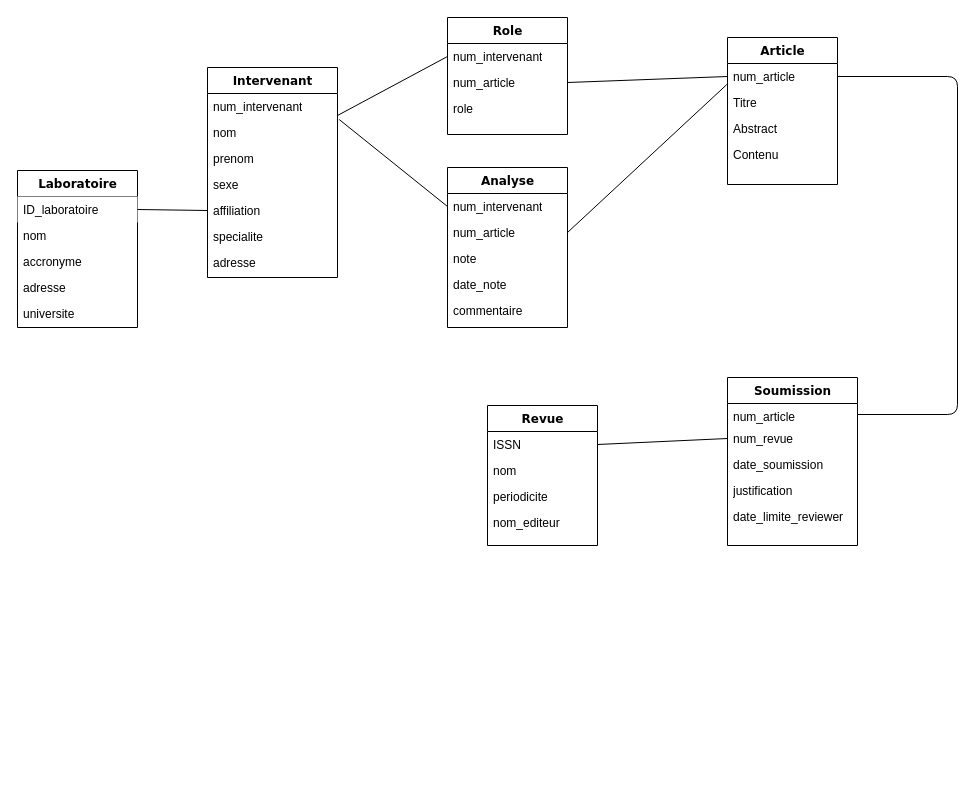
Above: data/Untitled Diagram.drawio in Nabie/tidy-text-mining (draw.io), before the change. Source tidied: cells renumbered, new cells numbered last; positions are measured from the earlier drawing's top-left corner, leaving out a move shared by most shapes. Both pictures are drawn from the tidied source at 100%, with x=0, y=0 at pixel (17, 17).
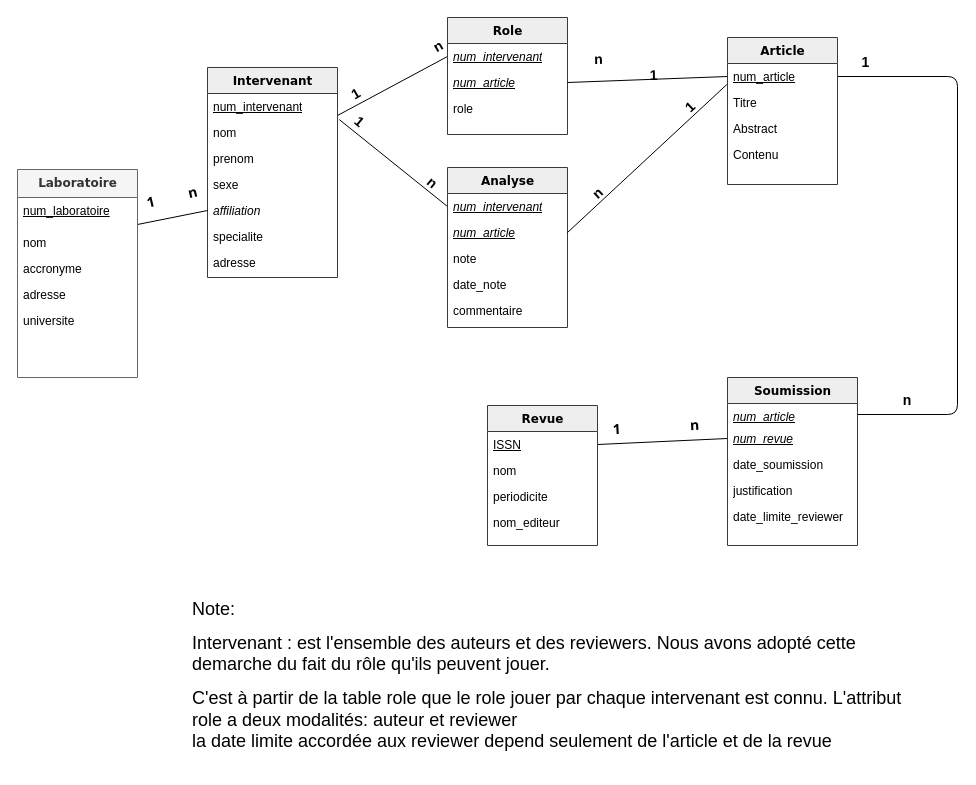
The same page after the edit.

What changed in the source:
```diff
@@
-<mxGraphModel background="#ffffff">
+<mxGraphModel>
@@
-    <mxCell id="3" value="Laboratoire" style="swimlane;html=1;fontStyle=1;align=center;verticalAlign=top;horizontal=1;startSize=26;swimlaneFillColor=#ffffff;rounded=0;shadow=0;comic=0;labelBackgroundColor=none;strokeWidth=1;fillColor=none;fontFamily=Verdana;fontSize=12;" parent="1" vertex="1">
-      <mxGeometry y="153" width="120" height="157" as="geometry" />
-    </mxCell>
-    <mxCell id="4" value="ID_laboratoire" style="text;html=1;strokeColor=none;align=left;verticalAlign=top;spacingLeft=4;spacingRight=4;whiteSpace=wrap;overflow=hidden;points=[[0,0.5],[1,0.5]];portConstraint=eastwest;fillColor=#ffffff;" parent="3" vertex="1">
-      <mxGeometry y="26" width="120" height="26" as="geometry" />
-    </mxCell>
-    <mxCell id="5" value="nom" style="text;html=1;strokeColor=none;fillColor=none;align=left;verticalAlign=top;spacingLeft=4;spacingRight=4;whiteSpace=wrap;overflow=hidden;" parent="3" vertex="1">
-      <mxGeometry y="52" width="120" height="26" as="geometry" />
-    </mxCell>
-    <mxCell id="6" value="accronyme" style="text;html=1;strokeColor=none;fillColor=none;align=left;verticalAlign=top;spacingLeft=4;spacingRight=4;whiteSpace=wrap;overflow=hidden;" parent="3" vertex="1">
-      <mxGeometry y="78" width="120" height="26" as="geometry" />
-    </mxCell>
-    <mxCell id="7" value="adresse" style="text;html=1;strokeColor=none;fillColor=none;align=left;verticalAlign=top;spacingLeft=4;spacingRight=4;whiteSpace=wrap;overflow=hidden;" parent="3" vertex="1">
-      <mxGeometry y="104" width="120" height="26" as="geometry" />
-    </mxCell>
-    <mxCell id="8" value="universite" style="text;html=1;strokeColor=none;fillColor=none;align=left;verticalAlign=top;spacingLeft=4;spacingRight=4;whiteSpace=wrap;overflow=hidden;" parent="3" vertex="1">
-      <mxGeometry y="130" width="120" height="26" as="geometry" />
-    </mxCell>
@@
-    <mxCell id="10" value="Intervenant" style="swimlane;html=1;fontStyle=1;align=center;verticalAlign=top;horizontal=1;startSize=26;swimlaneFillColor=#ffffff;rounded=0;shadow=0;comic=0;labelBackgroundColor=none;strokeWidth=1;fillColor=none;fontFamily=Verdana;fontSize=12;" parent="1" vertex="1">
+    <mxCell id="10" value="Intervenant" style="swimlane;html=1;fontStyle=1;align=center;verticalAlign=top;horizontal=1;startSize=26;swimlaneFillColor=#ffffff;rounded=0;shadow=0;comic=0;labelBackgroundColor=none;strokeWidth=1;fillColor=#eeeeee;fontFamily=Verdana;fontSize=12;strokeColor=#36393d;" parent="1" vertex="1">
       <mxGeometry x="190" y="50" width="130" height="210" as="geometry" />
     </mxCell>
-    <mxCell id="11" value="num_intervenant" style="text;html=1;strokeColor=none;fillColor=none;align=left;verticalAlign=top;spacingLeft=4;spacingRight=4;whiteSpace=wrap;overflow=hidden;points=[[0,0.5],[1,0.5]];portConstraint=eastwest;" parent="10" vertex="1">
+    <mxCell id="11" value="num_intervenant" style="text;html=1;align=left;verticalAlign=top;spacingLeft=4;spacingRight=4;whiteSpace=wrap;overflow=hidden;points=[[0,0.5],[1,0.5]];portConstraint=eastwest;fontStyle=4;" parent="10" vertex="1">
       <mxGeometry y="26" width="130" height="26" as="geometry" />
     </mxCell>
@@
-    <mxCell id="15" value="affiliation" style="text;html=1;strokeColor=none;fillColor=none;align=left;verticalAlign=top;spacingLeft=4;spacingRight=4;whiteSpace=wrap;overflow=hidden;points=[[0,0.5],[1,0.5]];portConstraint=eastwest;" parent="10" vertex="1">
+    <mxCell id="15" value="affiliation" style="text;html=1;strokeColor=none;fillColor=none;align=left;verticalAlign=top;spacingLeft=4;spacingRight=4;whiteSpace=wrap;overflow=hidden;points=[[0,0.5],[1,0.5]];portConstraint=eastwest;fontStyle=2;" parent="10" vertex="1">
       <mxGeometry y="130" width="130" height="26" as="geometry" />
     </mxCell>
@@
-    <mxCell id="18" value="Role" style="swimlane;html=1;fontStyle=1;align=center;verticalAlign=top;horizontal=1;startSize=26;swimlaneFillColor=#ffffff;rounded=0;shadow=0;comic=0;labelBackgroundColor=none;strokeWidth=1;fillColor=none;fontFamily=Verdana;fontSize=12;" parent="1" vertex="1">
+    <mxCell id="18" value="Role" style="swimlane;html=1;fontStyle=1;align=center;verticalAlign=top;horizontal=1;startSize=26;swimlaneFillColor=#ffffff;rounded=0;shadow=0;comic=0;labelBackgroundColor=none;strokeWidth=1;fillColor=#eeeeee;fontFamily=Verdana;fontSize=12;strokeColor=#36393d;" parent="1" vertex="1">
       <mxGeometry x="430" width="120" height="117" as="geometry" />
     </mxCell>
-    <mxCell id="19" value="num_intervenant" style="text;html=1;strokeColor=none;fillColor=none;align=left;verticalAlign=top;spacingLeft=4;spacingRight=4;whiteSpace=wrap;overflow=hidden;points=[[0,0.5],[1,0.5]];portConstraint=eastwest;" parent="18" vertex="1">
+    <mxCell id="19" value="num_intervenant" style="text;html=1;strokeColor=none;fillColor=none;align=left;verticalAlign=top;spacingLeft=4;spacingRight=4;whiteSpace=wrap;overflow=hidden;points=[[0,0.5],[1,0.5]];portConstraint=eastwest;fontStyle=6;" parent="18" vertex="1">
       <mxGeometry y="26" width="120" height="26" as="geometry" />
     </mxCell>
-    <mxCell id="20" value="num_article" style="text;html=1;strokeColor=none;fillColor=none;align=left;verticalAlign=top;spacingLeft=4;spacingRight=4;whiteSpace=wrap;overflow=hidden;points=[[0,0.5],[1,0.5]];portConstraint=eastwest;" parent="18" vertex="1">
+    <mxCell id="20" value="num_article" style="text;html=1;strokeColor=none;fillColor=none;align=left;verticalAlign=top;spacingLeft=4;spacingRight=4;whiteSpace=wrap;overflow=hidden;points=[[0,0.5],[1,0.5]];portConstraint=eastwest;fontStyle=6;" parent="18" vertex="1">
       <mxGeometry y="52" width="120" height="26" as="geometry" />
     </mxCell>
@@
-    <mxCell id="23" value="Analyse" style="swimlane;html=1;fontStyle=1;align=center;verticalAlign=top;horizontal=1;startSize=26;swimlaneFillColor=#ffffff;rounded=0;shadow=0;comic=0;labelBackgroundColor=none;strokeWidth=1;fillColor=none;fontFamily=Verdana;fontSize=12;" parent="1" vertex="1">
+    <mxCell id="23" value="Analyse" style="swimlane;html=1;fontStyle=1;align=center;verticalAlign=top;horizontal=1;startSize=26;swimlaneFillColor=#ffffff;rounded=0;shadow=0;comic=0;labelBackgroundColor=none;strokeWidth=1;fillColor=#eeeeee;fontFamily=Verdana;fontSize=12;strokeColor=#36393d;" parent="1" vertex="1">
       <mxGeometry x="430" y="150" width="120" height="160" as="geometry" />
     </mxCell>
-    <mxCell id="24" value="num_intervenant" style="text;html=1;strokeColor=none;fillColor=none;align=left;verticalAlign=top;spacingLeft=4;spacingRight=4;whiteSpace=wrap;overflow=hidden;points=[[0,0.5],[1,0.5]];portConstraint=eastwest;" parent="23" vertex="1">
+    <mxCell id="24" value="num_intervenant" style="text;html=1;strokeColor=none;fillColor=none;align=left;verticalAlign=top;spacingLeft=4;spacingRight=4;whiteSpace=wrap;overflow=hidden;points=[[0,0.5],[1,0.5]];portConstraint=eastwest;fontStyle=6;" parent="23" vertex="1">
       <mxGeometry y="26" width="120" height="26" as="geometry" />
     </mxCell>
-    <mxCell id="25" value="num_article" style="text;html=1;strokeColor=none;fillColor=none;align=left;verticalAlign=top;spacingLeft=4;spacingRight=4;whiteSpace=wrap;overflow=hidden;points=[[0,0.5],[1,0.5]];portConstraint=eastwest;" parent="23" vertex="1">
+    <mxCell id="25" value="num_article" style="text;html=1;strokeColor=none;fillColor=none;align=left;verticalAlign=top;spacingLeft=4;spacingRight=4;whiteSpace=wrap;overflow=hidden;points=[[0,0.5],[1,0.5]];portConstraint=eastwest;fontStyle=6;" parent="23" vertex="1">
       <mxGeometry y="52" width="120" height="26" as="geometry" />
     </mxCell>
@@
-    <mxCell id="29" value="Revue" style="swimlane;html=1;fontStyle=1;align=center;verticalAlign=top;horizontal=1;startSize=26;swimlaneFillColor=#ffffff;rounded=0;shadow=0;comic=0;labelBackgroundColor=none;strokeWidth=1;fillColor=none;fontFamily=Verdana;fontSize=12;" parent="1" vertex="1">
+    <mxCell id="29" value="Revue" style="swimlane;html=1;fontStyle=1;align=center;verticalAlign=top;horizontal=1;startSize=26;swimlaneFillColor=#ffffff;rounded=0;shadow=0;comic=0;labelBackgroundColor=none;strokeWidth=1;fillColor=#eeeeee;fontFamily=Verdana;fontSize=12;strokeColor=#36393d;" parent="1" vertex="1">
       <mxGeometry x="470" y="388" width="110" height="140" as="geometry" />
     </mxCell>
-    <mxCell id="30" value="ISSN" style="text;html=1;strokeColor=none;fillColor=none;align=left;verticalAlign=top;spacingLeft=4;spacingRight=4;whiteSpace=wrap;overflow=hidden;points=[[0,0.5],[1,0.5]];portConstraint=eastwest;" parent="29" vertex="1">
+    <mxCell id="30" value="ISSN" style="text;html=1;strokeColor=none;fillColor=none;align=left;verticalAlign=top;spacingLeft=4;spacingRight=4;whiteSpace=wrap;overflow=hidden;points=[[0,0.5],[1,0.5]];portConstraint=eastwest;fontStyle=4;" parent="29" vertex="1">
       <mxGeometry y="26" width="110" height="26" as="geometry" />
     </mxCell>
@@
-    <mxCell id="35" value="Soumission" style="swimlane;html=1;fontStyle=1;align=center;verticalAlign=top;horizontal=1;startSize=26;swimlaneFillColor=#ffffff;rounded=0;shadow=0;comic=0;labelBackgroundColor=none;strokeWidth=1;fillColor=none;fontFamily=Verdana;fontSize=12;" parent="1" vertex="1">
+    <mxCell id="35" value="Soumission" style="swimlane;html=1;fontStyle=1;align=center;verticalAlign=top;horizontal=1;startSize=26;swimlaneFillColor=#ffffff;rounded=0;shadow=0;comic=0;labelBackgroundColor=none;strokeWidth=1;fillColor=#eeeeee;fontFamily=Verdana;fontSize=12;strokeColor=#36393d;" parent="1" vertex="1">
       <mxGeometry x="710" y="360" width="130" height="168" as="geometry" />
     </mxCell>
-    <mxCell id="36" value="num_article" style="text;html=1;strokeColor=none;fillColor=none;align=left;verticalAlign=top;spacingLeft=4;spacingRight=4;whiteSpace=wrap;overflow=hidden;points=[[0,0.5],[1,0.5]];portConstraint=eastwest;" parent="35" vertex="1">
+    <mxCell id="36" value="num_article" style="text;html=1;strokeColor=none;fillColor=none;align=left;verticalAlign=top;spacingLeft=4;spacingRight=4;whiteSpace=wrap;overflow=hidden;points=[[0,0.5],[1,0.5]];portConstraint=eastwest;fontStyle=6;" parent="35" vertex="1">
       <mxGeometry y="26" width="130" height="22" as="geometry" />
     </mxCell>
-    <mxCell id="37" value="num_revue" style="text;html=1;strokeColor=none;fillColor=none;align=left;verticalAlign=top;spacingLeft=4;spacingRight=4;whiteSpace=wrap;overflow=hidden;points=[[0,0.5],[1,0.5]];portConstraint=eastwest;" parent="35" vertex="1">
+    <mxCell id="37" value="num_revue" style="text;html=1;strokeColor=none;fillColor=none;align=left;verticalAlign=top;spacingLeft=4;spacingRight=4;whiteSpace=wrap;overflow=hidden;points=[[0,0.5],[1,0.5]];portConstraint=eastwest;fontStyle=6;" parent="35" vertex="1">
       <mxGeometry y="48" width="130" height="26" as="geometry" />
     </mxCell>
@@
-    <mxCell id="42" value="Article" style="swimlane;html=1;fontStyle=1;align=center;verticalAlign=top;horizontal=1;startSize=26;swimlaneFillColor=#ffffff;rounded=0;shadow=0;comic=0;labelBackgroundColor=none;strokeWidth=1;fillColor=none;fontFamily=Verdana;fontSize=12;" parent="1" vertex="1">
+    <mxCell id="42" value="Article" style="swimlane;html=1;fontStyle=1;align=center;verticalAlign=top;horizontal=1;startSize=26;swimlaneFillColor=#ffffff;rounded=0;shadow=0;comic=0;labelBackgroundColor=none;strokeWidth=1;fillColor=#eeeeee;fontFamily=Verdana;fontSize=12;strokeColor=#36393d;" parent="1" vertex="1">
       <mxGeometry x="710" y="20" width="110" height="147" as="geometry" />
     </mxCell>
-    <mxCell id="43" value="num_article" style="text;html=1;strokeColor=none;fillColor=none;align=left;verticalAlign=top;spacingLeft=4;spacingRight=4;whiteSpace=wrap;overflow=hidden;points=[[0,0.5],[1,0.5]];portConstraint=eastwest;" parent="42" vertex="1">
+    <mxCell id="43" value="num_article" style="text;html=1;strokeColor=none;fillColor=none;align=left;verticalAlign=top;spacingLeft=4;spacingRight=4;whiteSpace=wrap;overflow=hidden;points=[[0,0.5],[1,0.5]];portConstraint=eastwest;fontStyle=4;" parent="42" vertex="1">
       <mxGeometry y="26" width="110" height="26" as="geometry" />
     </mxCell>
@@
-    <mxCell id="47" style="endArrow=none;html=1;entryX=0;entryY=0.5;entryDx=0;entryDy=0;exitX=1;exitY=0.5;exitDx=0;exitDy=0;" parent="1" edge="1" source="4" target="15">
-      <mxGeometry relative="1" as="geometry" />
+    <mxCell id="47" style="endArrow=none;html=1;entryX=0;entryY=0.5;entryDx=0;entryDy=0;exitX=1;exitY=-0.038;exitDx=0;exitDy=0;exitPerimeter=0;" parent="1" edge="1" target="15">
+      <mxGeometry relative="1" as="geometry">
+        <mxPoint x="120" y="207" as="sourcePoint" />
+      </mxGeometry>
     </mxCell>
@@
+    <mxCell id="49" value="&lt;font style=&quot;font-size: 14px&quot;&gt;&lt;b&gt;1&lt;/b&gt;&lt;/font&gt;&amp;nbsp; &amp;nbsp; &amp;nbsp; &amp;nbsp; &amp;nbsp; &amp;nbsp; &amp;nbsp; &amp;nbsp; &amp;nbsp; &amp;nbsp; &amp;nbsp; &amp;nbsp; &amp;nbsp; &lt;b&gt;&lt;font style=&quot;font-size: 14px&quot;&gt;n&lt;/font&gt;&lt;/b&gt;" style="text;html=1;strokeColor=none;fillColor=none;align=center;verticalAlign=middle;whiteSpace=wrap;rounded=0;rotation=-30;" parent="1" vertex="1">
+      <mxGeometry x="320.5" y="48" width="118" height="10" as="geometry" />
+    </mxCell>
+    <mxCell id="50" value="&lt;font style=&quot;font-size: 14px&quot;&gt;&lt;b&gt;1&lt;/b&gt;&lt;/font&gt;&amp;nbsp; &amp;nbsp; &amp;nbsp; &amp;nbsp; &amp;nbsp; &amp;nbsp; &amp;nbsp; &amp;nbsp; &amp;nbsp; &amp;nbsp; &amp;nbsp; &amp;nbsp; &amp;nbsp; &lt;b&gt;&lt;font style=&quot;font-size: 14px&quot;&gt;n&lt;/font&gt;&lt;/b&gt;" style="text;html=1;strokeColor=none;fillColor=none;align=center;verticalAlign=middle;whiteSpace=wrap;rounded=0;rotation=40;" parent="1" vertex="1">
+      <mxGeometry x="320" y="130" width="118" height="10" as="geometry" />
+    </mxCell>
+    <mxCell id="51" value="&lt;font style=&quot;font-size: 14px&quot;&gt;&lt;b&gt;1&lt;/b&gt;&lt;/font&gt;&amp;nbsp; &amp;nbsp; &amp;nbsp; &amp;nbsp; &amp;nbsp; &amp;nbsp;&lt;b&gt;&lt;font style=&quot;font-size: 14px&quot;&gt;n&lt;/font&gt;&lt;/b&gt;" style="text;html=1;strokeColor=none;fillColor=none;align=center;verticalAlign=middle;whiteSpace=wrap;rounded=0;rotation=347;fontFamily=Tahoma;" parent="1" vertex="1">
+      <mxGeometry x="120" y="170" width="70" height="20" as="geometry" />
+    </mxCell>
+    <mxCell id="52" value="&lt;span style=&quot;font-size: 14px&quot;&gt;&lt;b&gt;n&lt;/b&gt;&lt;/span&gt;&amp;nbsp; &amp;nbsp; &amp;nbsp; &amp;nbsp; &amp;nbsp; &amp;nbsp; &amp;nbsp; &amp;nbsp; &amp;nbsp; &amp;nbsp; &amp;nbsp; &amp;nbsp; &amp;nbsp; &amp;nbsp; &amp;nbsp; &amp;nbsp; &amp;nbsp; &lt;span style=&quot;font-size: 14px&quot;&gt;&lt;b&gt;1&lt;/b&gt;&lt;/span&gt;" style="text;html=1;strokeColor=none;fillColor=none;align=center;verticalAlign=middle;whiteSpace=wrap;rounded=0;rotation=359;" parent="1" vertex="1">
+      <mxGeometry x="575.3" y="40" width="122.6" height="17" as="geometry" />
+    </mxCell>
+    <mxCell id="53" value="&lt;span style=&quot;font-size: 14px&quot;&gt;&lt;b&gt;n&amp;nbsp; &amp;nbsp;&lt;/b&gt;&lt;/span&gt;&amp;nbsp; &amp;nbsp; &amp;nbsp; &amp;nbsp; &amp;nbsp; &amp;nbsp; &amp;nbsp; &amp;nbsp; &amp;nbsp; &amp;nbsp; &amp;nbsp; &amp;nbsp; &amp;nbsp; &amp;nbsp; &amp;nbsp; &amp;nbsp; &lt;span style=&quot;font-size: 14px&quot;&gt;&lt;b&gt;1&lt;/b&gt;&lt;/span&gt;" style="text;html=1;strokeColor=none;fillColor=none;align=center;verticalAlign=middle;whiteSpace=wrap;rounded=0;rotation=317;" parent="1" vertex="1">
+      <mxGeometry x="530" y="125.9" width="192.6" height="14.1" as="geometry" />
+    </mxCell>
+    <mxCell id="54" value="&lt;font style=&quot;font-size: 14px&quot;&gt;&lt;b&gt;1&lt;/b&gt;&lt;/font&gt;&amp;nbsp;" style="text;html=1;strokeColor=none;fillColor=none;align=center;verticalAlign=middle;whiteSpace=wrap;rounded=0;rotation=0;" parent="1" vertex="1">
+      <mxGeometry x="820" y="40" width="60" height="10" as="geometry" />
+    </mxCell>
+    <mxCell id="55" value="&lt;font style=&quot;font-size: 14px&quot;&gt;&lt;font&gt;&lt;b&gt;1&lt;/b&gt;&lt;/font&gt;&amp;nbsp; &amp;nbsp; &amp;nbsp; &amp;nbsp; &amp;nbsp; &amp;nbsp; &amp;nbsp; &amp;nbsp; &amp;nbsp; &amp;nbsp;&lt;b&gt;n&lt;/b&gt;&lt;/font&gt;" style="text;html=1;strokeColor=none;fillColor=none;align=center;verticalAlign=middle;whiteSpace=wrap;rounded=0;rotation=357;fontFamily=Tahoma;" parent="1" vertex="1">
+      <mxGeometry x="579.7" y="400" width="118" height="20" as="geometry" />
+    </mxCell>
+    <mxCell id="56" value="&lt;span style=&quot;font-size: 14px&quot;&gt;&lt;b&gt;n&lt;/b&gt;&lt;/span&gt;" style="text;html=1;strokeColor=none;fillColor=none;align=center;verticalAlign=middle;whiteSpace=wrap;rounded=0;rotation=0;" parent="1" vertex="1">
+      <mxGeometry x="860" y="378" width="60" height="10" as="geometry" />
+    </mxCell>
+    <mxCell id="57" value="&lt;h1 style=&quot;font-size: 18px&quot;&gt;&lt;span style=&quot;font-weight: normal&quot;&gt;&lt;font style=&quot;font-size: 18px&quot;&gt;Note:&lt;/font&gt;&lt;/span&gt;&lt;/h1&gt;&lt;h1 style=&quot;font-size: 18px&quot;&gt;&lt;font style=&quot;font-weight: normal ; font-family: &amp;#34;helvetica&amp;#34;&quot;&gt;Intervenant&lt;/font&gt;&lt;font style=&quot;font-weight: normal ; font-family: &amp;#34;helvetica&amp;#34;&quot;&gt; : est l'ensemble des auteurs et des reviewers. Nous avons adopté cette demarche du fait du rôle qu'ils peuvent jouer.&lt;/font&gt;&lt;/h1&gt;&lt;div style=&quot;font-size: 18px&quot;&gt;&lt;div&gt;&lt;font style=&quot;font-size: 18px&quot;&gt;C'est à partir de la table role que le role jouer par chaque intervenant est connu. L'attribut role a deux modalités: auteur et reviewer&lt;/font&gt;&lt;/div&gt;&lt;div&gt;&lt;font style=&quot;font-size: 18px&quot;&gt;la date limite accordée aux reviewer depend seulement de l'article et de la revue&lt;/font&gt;&lt;/div&gt;&lt;/div&gt;" style="text;html=1;strokeColor=none;fillColor=none;spacing=5;spacingTop=-20;whiteSpace=wrap;overflow=hidden;rounded=0;" parent="1" vertex="1">
+      <mxGeometry x="170" y="580" width="720" height="170" as="geometry" />
+    </mxCell>
+    <mxCell id="3" value="Laboratoire" style="swimlane;html=1;fontStyle=1;align=center;verticalAlign=top;horizontal=1;startSize=28;swimlaneFillColor=#ffffff;rounded=0;shadow=0;comic=0;labelBackgroundColor=none;strokeWidth=1;fontFamily=Verdana;fontSize=12;fillColor=#f5f5f5;strokeColor=#666666;fontColor=#333333;" parent="1" vertex="1">
+      <mxGeometry y="152" width="120" height="208" as="geometry" />
+    </mxCell>
+    <mxCell id="58" value="num_laboratoire" style="text;html=1;strokeColor=none;align=left;verticalAlign=top;spacingLeft=4;spacingRight=4;whiteSpace=wrap;overflow=hidden;fontStyle=4;" parent="3" vertex="1">
+      <mxGeometry y="28" width="120" height="32" as="geometry" />
+    </mxCell>
+    <mxCell id="5" value="nom" style="text;html=1;strokeColor=none;fillColor=none;align=left;verticalAlign=top;spacingLeft=4;spacingRight=4;whiteSpace=wrap;overflow=hidden;" parent="3" vertex="1">
+      <mxGeometry y="60" width="120" height="26" as="geometry" />
+    </mxCell>
+    <mxCell id="6" value="accronyme" style="text;html=1;strokeColor=none;fillColor=none;align=left;verticalAlign=top;spacingLeft=4;spacingRight=4;whiteSpace=wrap;overflow=hidden;" parent="3" vertex="1">
+      <mxGeometry y="86" width="120" height="26" as="geometry" />
+    </mxCell>
+    <mxCell id="7" value="adresse" style="text;html=1;strokeColor=none;fillColor=none;align=left;verticalAlign=top;spacingLeft=4;spacingRight=4;whiteSpace=wrap;overflow=hidden;" parent="3" vertex="1">
+      <mxGeometry y="112" width="120" height="26" as="geometry" />
+    </mxCell>
+    <mxCell id="8" value="universite" style="text;html=1;strokeColor=none;fillColor=none;align=left;verticalAlign=top;spacingLeft=4;spacingRight=4;whiteSpace=wrap;overflow=hidden;" parent="3" vertex="1">
+      <mxGeometry y="138" width="120" height="26" as="geometry" />
+    </mxCell>
```
